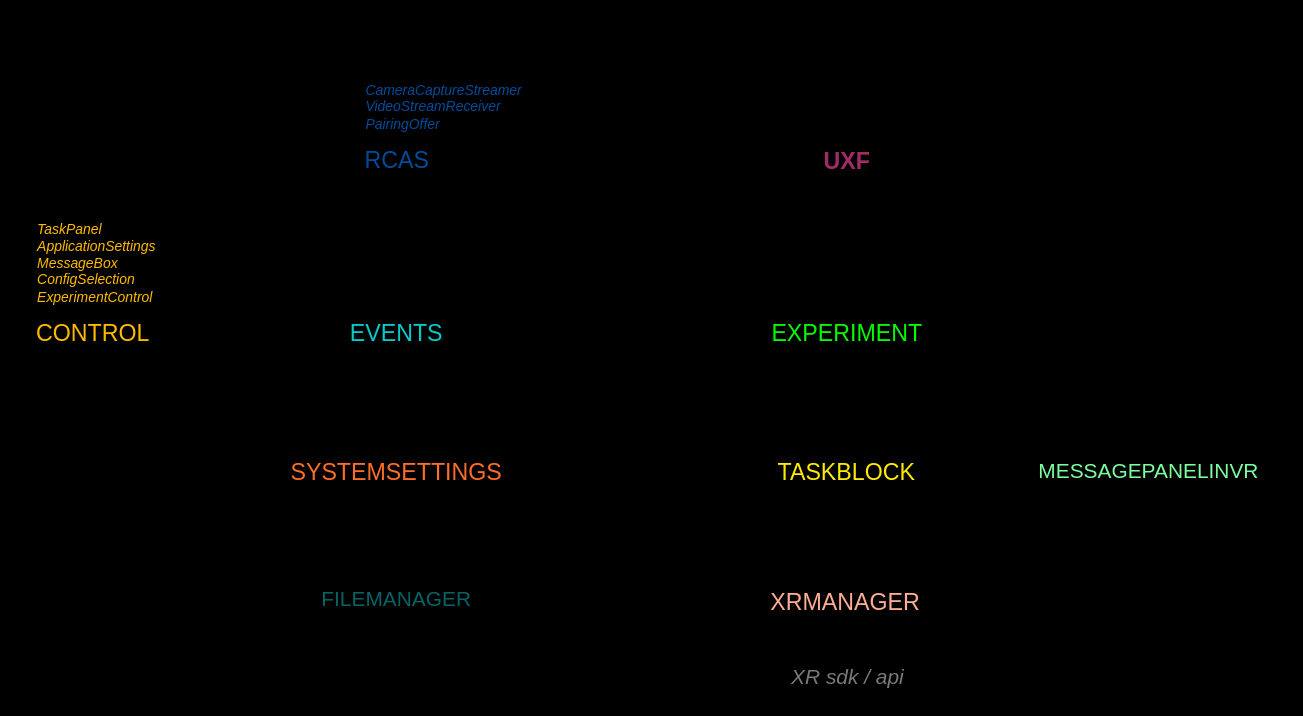
Earlier version of the draw.io diagram Assets/Documentation/Architecture_Core_Overview.drawio (edia-toolbox/edia_core). Source tidied: cells renumbered, new cells numbered last; positions are measured from the earlier drawing's top-left corner, leaving out a move shared by most shapes. Both pictures are drawn from the tidied source at 116%, with x=0, y=0 at pixel (20, 20).
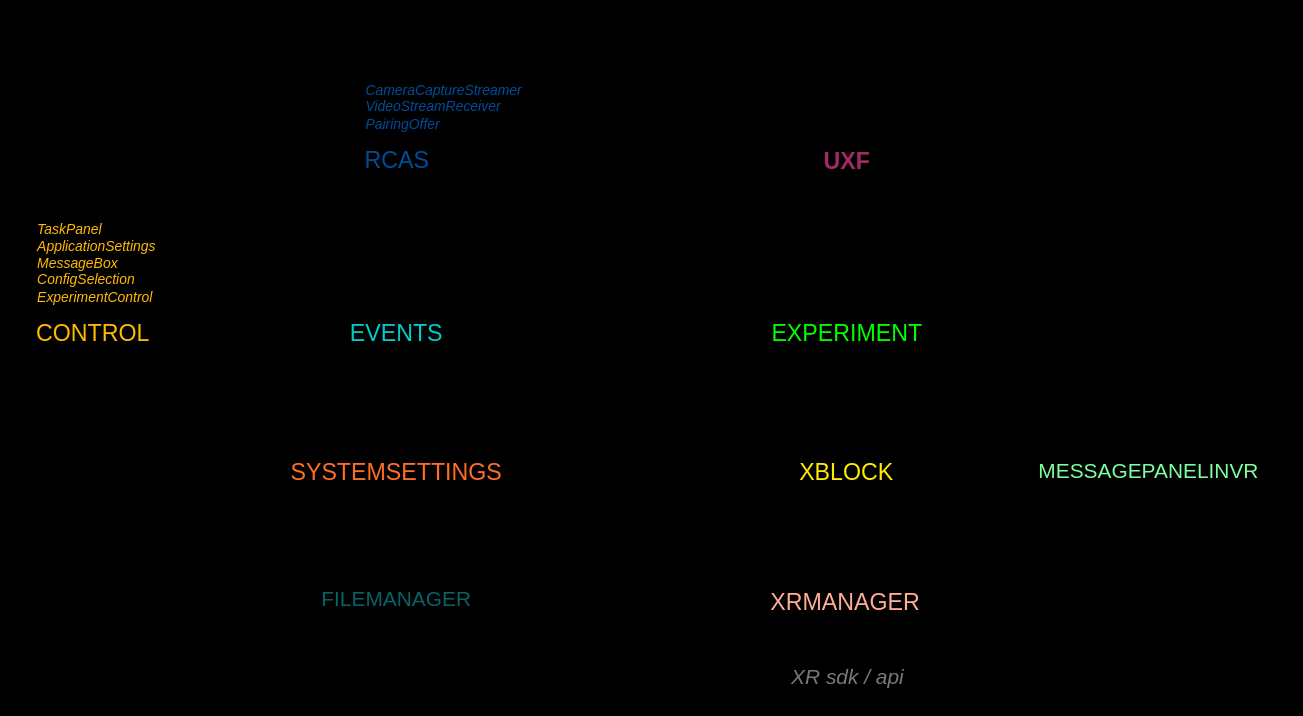
After the change.

What changed in the source:
```diff
@@
-    <mxCell id="10" value="TASKBLOCK" style="text;html=1;strokeColor=none;fillColor=none;align=center;verticalAlign=middle;whiteSpace=wrap;rounded=0;fontColor=#FFEB04;fontSize=20;" parent="1" vertex="1">
+    <mxCell id="10" value="XBLOCK" style="text;html=1;strokeColor=none;fillColor=none;align=center;verticalAlign=middle;whiteSpace=wrap;rounded=0;fontColor=#FFEB04;fontSize=20;" parent="1" vertex="1">
       <mxGeometry x="630" y="373" width="165" height="32" as="geometry" />
     </mxCell>
```
